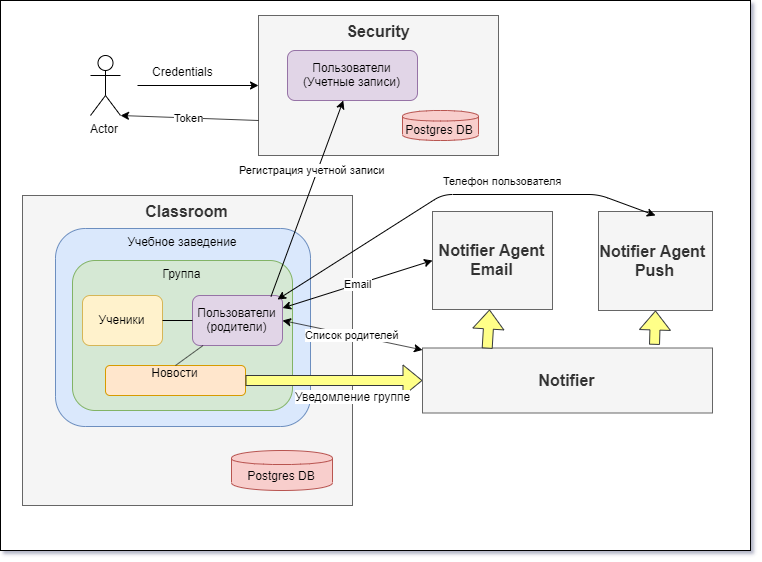
The draw.io diagram pics/parcom_hw2.png in pleshakoff/pc-root, before a commit. Source tidied: cells renumbered, new cells last; positions are measured from the earlier drawing's top-left corner, leaving out a move shared by most shapes. The source it was exported from:
```xml
<mxGraphModel background="#FFFFFF" shadow="1">
  <root>
    <mxCell id="0" />
    <mxCell id="1" parent="0" />
    <mxCell id="2" value="Email" style="endArrow=classic;startArrow=classic;html=1;exitX=1;exitY=0.25;exitDx=0;exitDy=0;entryX=0;entryY=0.5;entryDx=0;entryDy=0;" parent="1" edge="1">
      <mxGeometry relative="1" as="geometry">
        <mxPoint x="332" y="319" as="sourcePoint" />
        <mxPoint x="482" y="271.5" as="targetPoint" />
      </mxGeometry>
    </mxCell>
    <mxCell id="3" style="rounded=0;whiteSpace=wrap;html=1;glass=0;comic=0;verticalAlign=top;" parent="1" vertex="1">
      <mxGeometry width="750" height="550" as="geometry" />
    </mxCell>
    <mxCell id="4" value="&lt;font style=&quot;font-size: 16px&quot;&gt;&lt;b&gt;Classroom&lt;br&gt;&lt;br&gt;&lt;/b&gt;&lt;/font&gt;" style="rounded=0;whiteSpace=wrap;html=1;glass=0;verticalAlign=top;fillColor=#f5f5f5;strokeColor=#666666;fontColor=#333333;" parent="1" vertex="1">
      <mxGeometry x="22" y="195" width="330" height="310" as="geometry" />
    </mxCell>
    <mxCell id="5" value="Учебное заведение" style="rounded=1;whiteSpace=wrap;html=1;glass=0;verticalAlign=top;fillColor=#dae8fc;strokeColor=#6c8ebf;comic=0;" parent="1" vertex="1">
      <mxGeometry x="55" y="228" width="255" height="198" as="geometry" />
    </mxCell>
    <mxCell id="6" value="Группа&lt;br&gt;" style="rounded=1;whiteSpace=wrap;html=1;glass=0;verticalAlign=top;fillColor=#d5e8d4;strokeColor=#82b366;" parent="1" vertex="1">
      <mxGeometry x="72" y="260" width="220" height="150" as="geometry" />
    </mxCell>
    <mxCell id="7" value="Ученики" style="rounded=1;whiteSpace=wrap;html=1;glass=0;fillColor=#fff2cc;strokeColor=#d6b656;" parent="1" vertex="1">
      <mxGeometry x="82" y="295" width="80" height="50" as="geometry" />
    </mxCell>
    <mxCell id="8" value="Пользователи (родители)" style="rounded=1;whiteSpace=wrap;html=1;glass=0;fillColor=#e1d5e7;strokeColor=#9673a6;" parent="1" vertex="1">
      <mxGeometry x="192" y="295" width="90" height="50" as="geometry" />
    </mxCell>
    <mxCell id="9" value="Новости&lt;br&gt;&lt;br&gt;" style="rounded=1;whiteSpace=wrap;html=1;glass=0;fillColor=#ffe6cc;strokeColor=#d79b00;" parent="1" vertex="1">
      <mxGeometry x="105" y="365" width="140" height="30" as="geometry" />
    </mxCell>
    <mxCell id="10" style="endArrow=none;html=1;entryX=0;entryY=0.5;entryDx=0;entryDy=0;exitX=1;exitY=0.5;exitDx=0;exitDy=0;" parent="1" edge="1" source="7" target="8">
      <mxGeometry relative="1" as="geometry" />
    </mxCell>
    <mxCell id="11" style="endArrow=none;html=1;exitX=0.5;exitY=0;exitDx=0;exitDy=0;" parent="1" edge="1" source="9" target="8">
      <mxGeometry relative="1" as="geometry" />
    </mxCell>
    <mxCell id="12" value="&lt;font style=&quot;font-size: 16px&quot;&gt;&lt;b&gt;Security&lt;/b&gt;&lt;/font&gt;" style="rounded=0;whiteSpace=wrap;html=1;glass=0;verticalAlign=top;fillColor=#f5f5f5;strokeColor=#666666;fontColor=#333333;" parent="1" vertex="1">
      <mxGeometry x="258" y="15" width="240" height="140" as="geometry" />
    </mxCell>
    <mxCell id="13" value="Пользователи (Учетные записи)" style="rounded=1;whiteSpace=wrap;html=1;glass=0;fillColor=#e1d5e7;strokeColor=#9673a6;" parent="1" vertex="1">
      <mxGeometry x="287" y="50" width="130" height="50" as="geometry" />
    </mxCell>
    <mxCell id="14" value="Postgres DB" style="shape=cylinder;whiteSpace=wrap;html=1;boundedLbl=1;backgroundOutline=1;fillColor=#f8cecc;strokeColor=#b85450;" parent="1" vertex="1">
      <mxGeometry x="402" y="110" width="76" height="30" as="geometry" />
    </mxCell>
    <mxCell id="15" style="shape=flexArrow;endArrow=classic;html=1;exitX=1;exitY=0.5;exitDx=0;exitDy=0;entryX=0;entryY=0.5;entryDx=0;entryDy=0;fillColor=#ffff88;strokeColor=#36393d;" parent="1" edge="1" source="9" target="17">
      <mxGeometry relative="1" as="geometry" />
    </mxCell>
    <mxCell id="16" value="Уведомление группе" style="text;html=1;align=center;verticalAlign=middle;labelBackgroundColor=#ffffff;" parent="15" vertex="1">
      <mxGeometry x="0.14" relative="1" as="geometry">
        <mxPoint x="7" y="15" as="offset" />
      </mxGeometry>
    </mxCell>
    <mxCell id="17" value="&lt;font style=&quot;font-size: 16px&quot;&gt;&lt;b&gt;Notifier&lt;/b&gt;&lt;/font&gt;" style="rounded=0;whiteSpace=wrap;html=1;glass=0;verticalAlign=middle;fillColor=#f5f5f5;strokeColor=#666666;fontColor=#333333;" parent="1" vertex="1">
      <mxGeometry x="422" y="347.5" width="290" height="65" as="geometry" />
    </mxCell>
    <mxCell id="18" value="&lt;font style=&quot;font-size: 16px&quot;&gt;&lt;b&gt;Notifier Agent Email&lt;/b&gt;&lt;/font&gt;" style="rounded=0;whiteSpace=wrap;html=1;glass=0;verticalAlign=middle;fillColor=#f5f5f5;strokeColor=#666666;fontColor=#333333;" parent="1" vertex="1">
      <mxGeometry x="432" y="211" width="120" height="98" as="geometry" />
    </mxCell>
    <mxCell id="19" value="&lt;font style=&quot;font-size: 16px&quot;&gt;&lt;b&gt;Notifier Agent&amp;nbsp;&lt;br&gt;Push&lt;br&gt;&lt;/b&gt;&lt;/font&gt;" style="rounded=0;whiteSpace=wrap;html=1;glass=0;verticalAlign=middle;fillColor=#f5f5f5;strokeColor=#666666;fontColor=#333333;" parent="1" vertex="1">
      <mxGeometry x="598" y="211" width="114" height="99" as="geometry" />
    </mxCell>
    <mxCell id="20" style="shape=flexArrow;endArrow=classic;html=1;fillColor=#ffff88;strokeColor=#36393d;entryX=0.5;entryY=1;entryDx=0;entryDy=0;exitX=0.8;exitY=-0.049;exitDx=0;exitDy=0;exitPerimeter=0;" parent="1" edge="1" source="17" target="19">
      <mxGeometry relative="1" as="geometry" />
    </mxCell>
    <mxCell id="21" value="Регистрация учетной записи" style="endArrow=classic;html=1;" parent="1" edge="1" target="13">
      <mxGeometry x="0.27" y="5" relative="1" as="geometry">
        <mxPoint x="270.5" y="296" as="sourcePoint" />
      </mxGeometry>
    </mxCell>
    <mxCell id="22" style="shape=flexArrow;endArrow=classic;html=1;fillColor=#ffff88;strokeColor=#36393d;exitX=0.223;exitY=0.009;exitDx=0;exitDy=0;exitPerimeter=0;" parent="1" edge="1" source="17" target="18">
      <mxGeometry relative="1" as="geometry" />
    </mxCell>
    <mxCell id="23" value="Список родителей" style="endArrow=classic;startArrow=classic;html=1;exitX=1;exitY=0.5;exitDx=0;exitDy=0;" parent="1" edge="1" source="8" target="17">
      <mxGeometry relative="1" as="geometry" />
    </mxCell>
    <mxCell id="24" value="Email" style="endArrow=classic;startArrow=classic;html=1;exitX=1;exitY=0.25;exitDx=0;exitDy=0;entryX=0;entryY=0.5;entryDx=0;entryDy=0;" parent="1" edge="1" source="8" target="18">
      <mxGeometry relative="1" as="geometry" />
    </mxCell>
    <mxCell id="25" value="Телефон пользователя" style="endArrow=classic;startArrow=classic;html=1;exitX=1;exitY=0.25;exitDx=0;exitDy=0;entryX=0.5;entryY=0;entryDx=0;entryDy=0;" parent="1" edge="1">
      <mxGeometry x="0.24" y="14" relative="1" as="geometry">
        <mxPoint x="277" y="299" as="sourcePoint" />
        <mxPoint x="655" y="215" as="targetPoint" />
        <Array as="points">
          <mxPoint x="442" y="194" />
          <mxPoint x="598" y="194" />
        </Array>
      </mxGeometry>
    </mxCell>
    <mxCell id="26" value="Actor" style="shape=umlActor;verticalLabelPosition=bottom;labelBackgroundColor=#ffffff;verticalAlign=top;html=1;outlineConnect=0;glass=0;comic=0;" parent="1" vertex="1">
      <mxGeometry x="90" y="55" width="30" height="60" as="geometry" />
    </mxCell>
    <mxCell id="27" style="endArrow=classic;html=1;" parent="1" edge="1" target="12">
      <mxGeometry relative="1" as="geometry">
        <mxPoint x="137" y="85" as="sourcePoint" />
      </mxGeometry>
    </mxCell>
    <mxCell id="28" value="Credentials" style="text;html=1;align=center;verticalAlign=middle;labelBackgroundColor=#ffffff;" parent="27" vertex="1">
      <mxGeometry x="-0.42" y="-2" relative="1" as="geometry">
        <mxPoint x="10" y="-17" as="offset" />
      </mxGeometry>
    </mxCell>
    <mxCell id="29" value="Token" style="endArrow=classic;html=1;exitX=0;exitY=0.75;exitDx=0;exitDy=0;entryX=1;entryY=1;entryDx=0;entryDy=0;entryPerimeter=0;" parent="1" edge="1" source="12" target="26">
      <mxGeometry relative="1" as="geometry" />
    </mxCell>
    <mxCell id="30" value="Untitled Layer" parent="0" />
    <mxCell id="31" value="Postgres DB" style="shape=cylinder;whiteSpace=wrap;html=1;boundedLbl=1;backgroundOutline=1;fillColor=#f8cecc;strokeColor=#b85450;" parent="30" vertex="1">
      <mxGeometry x="231" y="450" width="101" height="40" as="geometry" />
    </mxCell>
  </root>
</mxGraphModel>
```
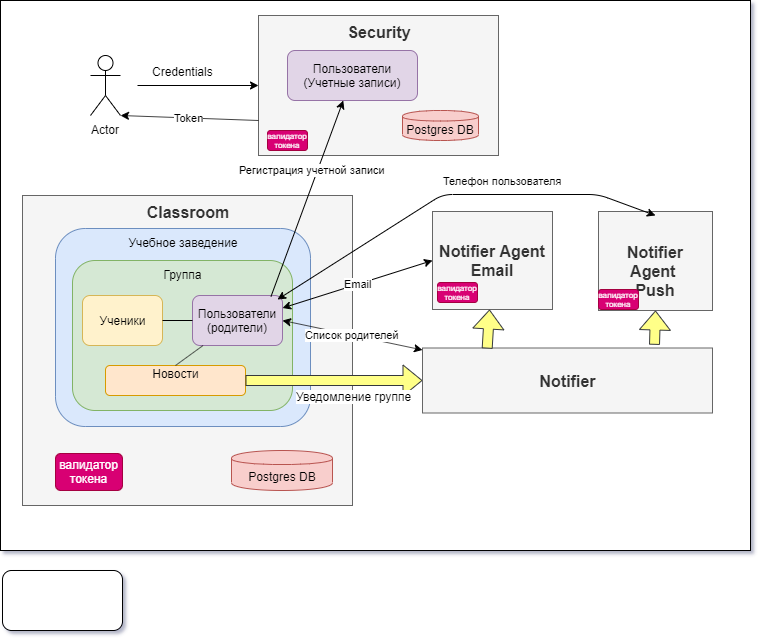
After the change.

What changed in the source:
```diff
@@ -104,6 +104,21 @@
     <mxCell id="29" value="Token" style="endArrow=classic;html=1;exitX=0;exitY=0.75;exitDx=0;exitDy=0;entryX=1;entryY=1;entryDx=0;entryDy=0;entryPerimeter=0;" parent="1" edge="1" source="12" target="26">
       <mxGeometry relative="1" as="geometry" />
     </mxCell>
+    <mxCell id="32" style="rounded=1;whiteSpace=wrap;html=1;" parent="1" vertex="1">
+      <mxGeometry x="2" y="570" width="120" height="60" as="geometry" />
+    </mxCell>
+    <mxCell id="33" value="валидатор токена" style="rounded=1;whiteSpace=wrap;html=1;fillColor=#d80073;strokeColor=#A50040;fontColor=#ffffff;" parent="1" vertex="1">
+      <mxGeometry x="55" y="453" width="67" height="37" as="geometry" />
+    </mxCell>
+    <mxCell id="34" value="валидатор токена" style="rounded=1;whiteSpace=wrap;html=1;fillColor=#d80073;strokeColor=#A50040;fontColor=#ffffff;fontSize=8;" parent="1" vertex="1">
+      <mxGeometry x="437" y="282" width="40" height="20" as="geometry" />
+    </mxCell>
+    <mxCell id="35" value="валидатор токена" style="rounded=1;whiteSpace=wrap;html=1;fillColor=#d80073;strokeColor=#A50040;fontColor=#ffffff;fontSize=8;" parent="1" vertex="1">
+      <mxGeometry x="598" y="289" width="40" height="20" as="geometry" />
+    </mxCell>
+    <mxCell id="36" value="валидатор токена" style="rounded=1;whiteSpace=wrap;html=1;fillColor=#d80073;strokeColor=#A50040;fontColor=#ffffff;fontSize=8;" parent="1" vertex="1">
+      <mxGeometry x="267" y="130" width="40" height="20" as="geometry" />
+    </mxCell>
     <mxCell id="30" value="Untitled Layer" parent="0" />
     <mxCell id="31" value="Postgres DB" style="shape=cylinder;whiteSpace=wrap;html=1;boundedLbl=1;backgroundOutline=1;fillColor=#f8cecc;strokeColor=#b85450;" parent="30" vertex="1">
       <mxGeometry x="231" y="450" width="101" height="40" as="geometry" />
```
